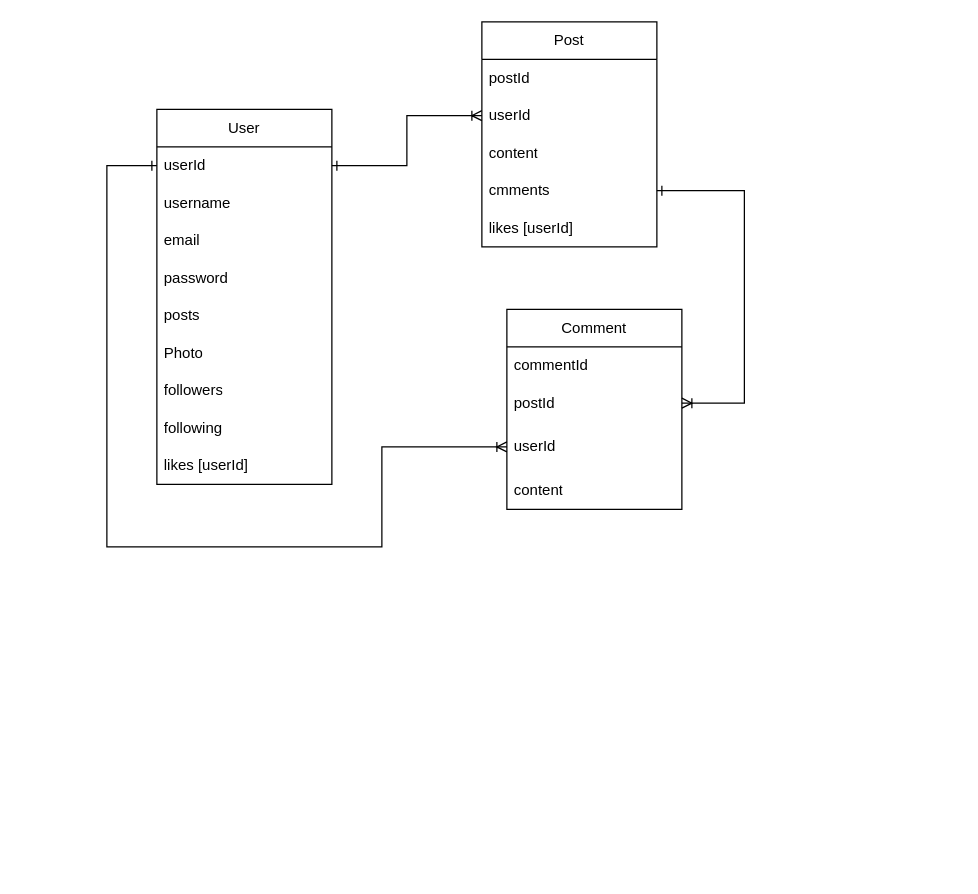
Above: nodesocial_db_design.drawio in SymonMuchemi/NodeSocial-API (draw.io), before the change. Source tidied: cells renumbered, new cells numbered last; positions are measured from the earlier drawing's top-left corner, leaving out a move shared by most shapes. Both pictures are drawn from the tidied source at 125%, with x=0, y=0 at pixel (106, 21).
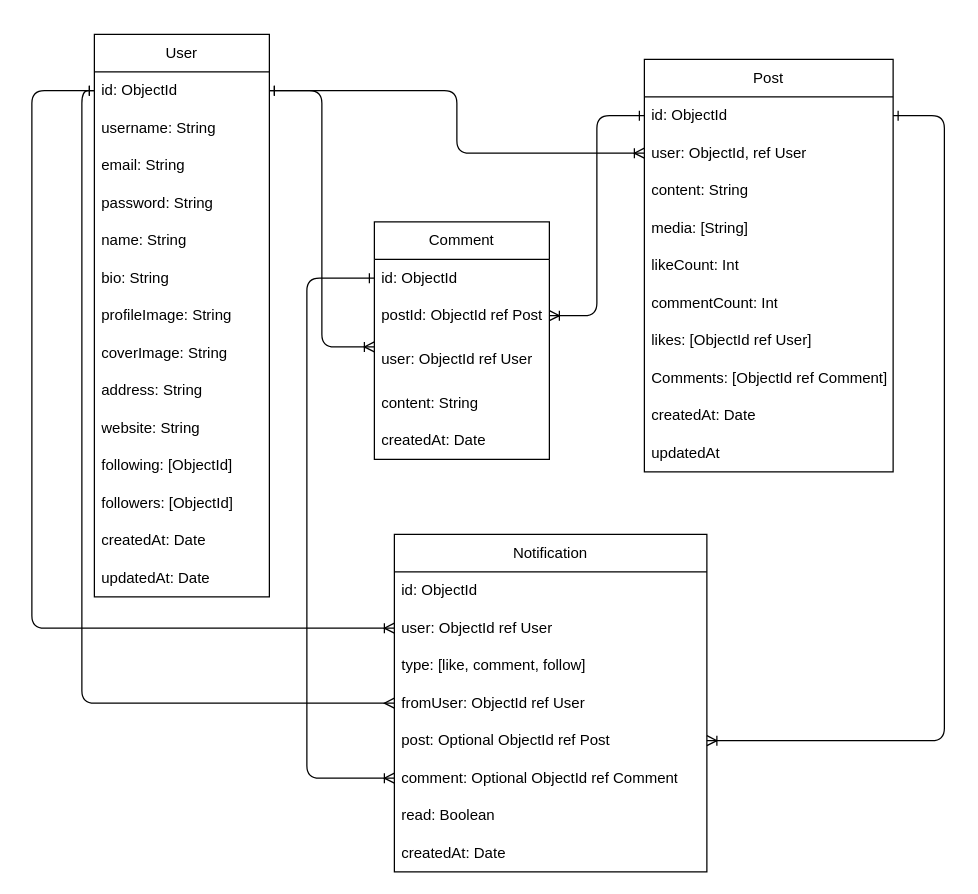
The same page after the edit.

Commit message (it also covers changes not shown here):
doc: update db design with improved User, Comment and Notifications tables.

Change to the diagram source:
```diff
@@
     <mxCell id="2" value="User" style="swimlane;fontStyle=0;horizontal=1;startSize=30;whiteSpace=wrap;html=1;" parent="1" vertex="1">
-      <mxGeometry x="40" y="70" width="140" height="300" as="geometry" />
+      <mxGeometry x="-10" y="10" width="140" height="450" as="geometry" />
     </mxCell>
-    <mxCell id="3" value="userId" style="text;strokeColor=none;fillColor=none;align=left;verticalAlign=middle;spacingLeft=4;spacingRight=4;overflow=hidden;points=[[0,0.5],[1,0.5]];portConstraint=eastwest;whiteSpace=wrap;html=1;" parent="2" vertex="1">
+    <mxCell id="3" value="id: ObjectId" style="text;strokeColor=none;fillColor=none;align=left;verticalAlign=middle;spacingLeft=4;spacingRight=4;overflow=hidden;points=[[0,0.5],[1,0.5]];portConstraint=eastwest;whiteSpace=wrap;html=1;" parent="2" vertex="1">
       <mxGeometry y="30" width="140" height="30" as="geometry" />
     </mxCell>
-    <mxCell id="4" value="username" style="text;strokeColor=none;fillColor=none;align=left;verticalAlign=middle;spacingLeft=4;spacingRight=4;overflow=hidden;whiteSpace=wrap;html=1;" parent="2" vertex="1">
+    <mxCell id="4" value="username: String" style="text;strokeColor=none;fillColor=none;align=left;verticalAlign=middle;spacingLeft=4;spacingRight=4;overflow=hidden;whiteSpace=wrap;html=1;" parent="2" vertex="1">
       <mxGeometry y="60" width="140" height="30" as="geometry" />
     </mxCell>
-    <mxCell id="5" value="email" style="text;strokeColor=none;fillColor=none;align=left;verticalAlign=middle;spacingLeft=4;spacingRight=4;overflow=hidden;whiteSpace=wrap;html=1;" parent="2" vertex="1">
+    <mxCell id="5" value="email: String" style="text;strokeColor=none;fillColor=none;align=left;verticalAlign=middle;spacingLeft=4;spacingRight=4;overflow=hidden;whiteSpace=wrap;html=1;" parent="2" vertex="1">
       <mxGeometry y="90" width="140" height="30" as="geometry" />
     </mxCell>
-    <mxCell id="6" value="password" style="text;strokeColor=none;fillColor=none;align=left;verticalAlign=middle;spacingLeft=4;spacingRight=4;overflow=hidden;whiteSpace=wrap;html=1;" parent="2" vertex="1">
+    <mxCell id="6" value="password: String" style="text;strokeColor=none;fillColor=none;align=left;verticalAlign=middle;spacingLeft=4;spacingRight=4;overflow=hidden;whiteSpace=wrap;html=1;" parent="2" vertex="1">
       <mxGeometry y="120" width="140" height="30" as="geometry" />
     </mxCell>
-    <mxCell id="7" value="posts" style="text;strokeColor=none;fillColor=none;align=left;verticalAlign=middle;spacingLeft=4;spacingRight=4;overflow=hidden;whiteSpace=wrap;html=1;" parent="2" vertex="1">
+    <mxCell id="7" value="name: String" style="text;strokeColor=none;fillColor=none;align=left;verticalAlign=middle;spacingLeft=4;spacingRight=4;overflow=hidden;whiteSpace=wrap;html=1;" parent="2" vertex="1">
       <mxGeometry y="150" width="140" height="30" as="geometry" />
     </mxCell>
-    <mxCell id="8" value="Photo" style="text;strokeColor=none;fillColor=none;align=left;verticalAlign=middle;spacingLeft=4;spacingRight=4;overflow=hidden;whiteSpace=wrap;html=1;" parent="2" vertex="1">
+    <mxCell id="8" value="bio: String" style="text;strokeColor=none;fillColor=none;align=left;verticalAlign=middle;spacingLeft=4;spacingRight=4;overflow=hidden;whiteSpace=wrap;html=1;" parent="2" vertex="1">
       <mxGeometry y="180" width="140" height="30" as="geometry" />
     </mxCell>
-    <mxCell id="9" value="followers" style="text;strokeColor=none;fillColor=none;align=left;verticalAlign=middle;spacingLeft=4;spacingRight=4;overflow=hidden;whiteSpace=wrap;html=1;" parent="2" vertex="1">
+    <mxCell id="9" value="profileImage: String" style="text;strokeColor=none;fillColor=none;align=left;verticalAlign=middle;spacingLeft=4;spacingRight=4;overflow=hidden;whiteSpace=wrap;html=1;" parent="2" vertex="1">
       <mxGeometry y="210" width="140" height="30" as="geometry" />
     </mxCell>
-    <mxCell id="10" value="following" style="text;strokeColor=none;fillColor=none;align=left;verticalAlign=middle;spacingLeft=4;spacingRight=4;overflow=hidden;whiteSpace=wrap;html=1;" parent="2" vertex="1">
+    <mxCell id="10" value="coverImage: String" style="text;strokeColor=none;fillColor=none;align=left;verticalAlign=middle;spacingLeft=4;spacingRight=4;overflow=hidden;whiteSpace=wrap;html=1;" parent="2" vertex="1">
       <mxGeometry y="240" width="140" height="30" as="geometry" />
     </mxCell>
-    <mxCell id="11" value="likes [userId]" style="text;strokeColor=none;fillColor=none;align=left;verticalAlign=middle;spacingLeft=4;spacingRight=4;overflow=hidden;whiteSpace=wrap;html=1;" parent="2" vertex="1">
+    <mxCell id="11" value="address: String" style="text;strokeColor=none;fillColor=none;align=left;verticalAlign=middle;spacingLeft=4;spacingRight=4;overflow=hidden;whiteSpace=wrap;html=1;" parent="2" vertex="1">
       <mxGeometry y="270" width="140" height="30" as="geometry" />
     </mxCell>
+    <mxCell id="26" value="website: String" style="text;strokeColor=none;fillColor=none;align=left;verticalAlign=middle;spacingLeft=4;spacingRight=4;overflow=hidden;whiteSpace=wrap;html=1;" parent="2" vertex="1">
+      <mxGeometry y="300" width="140" height="30" as="geometry" />
+    </mxCell>
+    <mxCell id="27" value="following: [ObjectId]" style="text;strokeColor=none;fillColor=none;align=left;verticalAlign=middle;spacingLeft=4;spacingRight=4;overflow=hidden;whiteSpace=wrap;html=1;" parent="2" vertex="1">
+      <mxGeometry y="330" width="140" height="30" as="geometry" />
+    </mxCell>
+    <mxCell id="28" value="followers: [ObjectId]" style="text;strokeColor=none;fillColor=none;align=left;verticalAlign=middle;spacingLeft=4;spacingRight=4;overflow=hidden;whiteSpace=wrap;html=1;" parent="2" vertex="1">
+      <mxGeometry y="360" width="140" height="30" as="geometry" />
+    </mxCell>
+    <mxCell id="29" value="createdAt: Date" style="text;strokeColor=none;fillColor=none;align=left;verticalAlign=middle;spacingLeft=4;spacingRight=4;overflow=hidden;whiteSpace=wrap;html=1;" parent="2" vertex="1">
+      <mxGeometry y="390" width="140" height="30" as="geometry" />
+    </mxCell>
+    <mxCell id="30" value="updatedAt: Date" style="text;strokeColor=none;fillColor=none;align=left;verticalAlign=middle;spacingLeft=4;spacingRight=4;overflow=hidden;whiteSpace=wrap;html=1;" parent="2" vertex="1">
+      <mxGeometry y="420" width="140" height="30" as="geometry" />
+    </mxCell>
     <mxCell id="12" value="Post" style="swimlane;fontStyle=0;horizontal=1;startSize=30;whiteSpace=wrap;html=1;" parent="1" vertex="1">
-      <mxGeometry x="300" width="140" height="180" as="geometry" />
+      <mxGeometry x="430" y="30" width="199" height="330" as="geometry" />
     </mxCell>
-    <mxCell id="13" value="postId" style="text;strokeColor=none;fillColor=none;align=left;verticalAlign=middle;spacingLeft=4;spacingRight=4;overflow=hidden;points=[[0,0.5],[1,0.5]];portConstraint=eastwest;whiteSpace=wrap;html=1;" parent="12" vertex="1">
-      <mxGeometry y="30" width="140" height="30" as="geometry" />
+    <mxCell id="13" value="id: ObjectId" style="text;strokeColor=none;fillColor=none;align=left;verticalAlign=middle;spacingLeft=4;spacingRight=4;overflow=hidden;points=[[0,0.5],[1,0.5]];portConstraint=eastwest;whiteSpace=wrap;html=1;" parent="12" vertex="1">
+      <mxGeometry y="30" width="199" height="30" as="geometry" />
     </mxCell>
-    <mxCell id="14" value="userId" style="text;strokeColor=none;fillColor=none;align=left;verticalAlign=middle;spacingLeft=4;spacingRight=4;overflow=hidden;points=[[0,0.5],[1,0.5]];portConstraint=eastwest;whiteSpace=wrap;html=1;" parent="12" vertex="1">
-      <mxGeometry y="60" width="140" height="30" as="geometry" />
+    <mxCell id="14" value="user: ObjectId, ref User" style="text;strokeColor=none;fillColor=none;align=left;verticalAlign=middle;spacingLeft=4;spacingRight=4;overflow=hidden;points=[[0,0.5],[1,0.5]];portConstraint=eastwest;whiteSpace=wrap;html=1;" parent="12" vertex="1">
+      <mxGeometry y="60" width="199" height="30" as="geometry" />
     </mxCell>
-    <mxCell id="15" value="content" style="text;strokeColor=none;fillColor=none;align=left;verticalAlign=middle;spacingLeft=4;spacingRight=4;overflow=hidden;whiteSpace=wrap;html=1;" parent="12" vertex="1">
-      <mxGeometry y="90" width="140" height="30" as="geometry" />
+    <mxCell id="15" value="content: String" style="text;strokeColor=none;fillColor=none;align=left;verticalAlign=middle;spacingLeft=4;spacingRight=4;overflow=hidden;whiteSpace=wrap;html=1;" parent="12" vertex="1">
+      <mxGeometry y="90" width="199" height="30" as="geometry" />
     </mxCell>
-    <mxCell id="16" value="cmments" style="text;strokeColor=none;fillColor=none;align=left;verticalAlign=middle;spacingLeft=4;spacingRight=4;overflow=hidden;points=[[0,0.5],[1,0.5]];portConstraint=eastwest;whiteSpace=wrap;html=1;" parent="12" vertex="1">
-      <mxGeometry y="120" width="140" height="30" as="geometry" />
-    </mxCell>
-    <mxCell id="17" value="likes [userId]" style="text;strokeColor=none;fillColor=none;align=left;verticalAlign=middle;spacingLeft=4;spacingRight=4;overflow=hidden;whiteSpace=wrap;html=1;" parent="12" vertex="1">
-      <mxGeometry y="150" width="140" height="30" as="geometry" />
-    </mxCell>
+    <mxCell id="31" value="media: [String]" style="text;strokeColor=none;fillColor=none;align=left;verticalAlign=middle;spacingLeft=4;spacingRight=4;overflow=hidden;whiteSpace=wrap;html=1;" parent="12" vertex="1">
+      <mxGeometry y="120" width="199" height="30" as="geometry" />
+    </mxCell>
+    <mxCell id="32" value="likeCount: Int" style="text;strokeColor=none;fillColor=none;align=left;verticalAlign=middle;spacingLeft=4;spacingRight=4;overflow=hidden;whiteSpace=wrap;html=1;" parent="12" vertex="1">
+      <mxGeometry y="150" width="199" height="30" as="geometry" />
+    </mxCell>
+    <mxCell id="33" value="commentCount: Int" style="text;strokeColor=none;fillColor=none;align=left;verticalAlign=middle;spacingLeft=4;spacingRight=4;overflow=hidden;whiteSpace=wrap;html=1;" parent="12" vertex="1">
+      <mxGeometry y="180" width="199" height="30" as="geometry" />
+    </mxCell>
+    <mxCell id="34" value="likes: [ObjectId ref User]" style="text;strokeColor=none;fillColor=none;align=left;verticalAlign=middle;spacingLeft=4;spacingRight=4;overflow=hidden;whiteSpace=wrap;html=1;" parent="12" vertex="1">
+      <mxGeometry y="210" width="199" height="30" as="geometry" />
+    </mxCell>
+    <mxCell id="35" value="Comments: [ObjectId ref Comment]" style="text;strokeColor=none;fillColor=none;align=left;verticalAlign=middle;spacingLeft=4;spacingRight=4;overflow=hidden;whiteSpace=wrap;html=1;" parent="12" vertex="1">
+      <mxGeometry y="240" width="199" height="30" as="geometry" />
+    </mxCell>
+    <mxCell id="36" value="createdAt: Date" style="text;strokeColor=none;fillColor=none;align=left;verticalAlign=middle;spacingLeft=4;spacingRight=4;overflow=hidden;whiteSpace=wrap;html=1;" parent="12" vertex="1">
+      <mxGeometry y="270" width="199" height="30" as="geometry" />
+    </mxCell>
+    <mxCell id="37" value="updatedAt" style="text;strokeColor=none;fillColor=none;align=left;verticalAlign=middle;spacingLeft=4;spacingRight=4;overflow=hidden;whiteSpace=wrap;html=1;" parent="12" vertex="1">
+      <mxGeometry y="300" width="199" height="30" as="geometry" />
+    </mxCell>
     <mxCell id="18" value="Comment" style="swimlane;fontStyle=0;horizontal=1;startSize=30;whiteSpace=wrap;html=1;" parent="1" vertex="1">
-      <mxGeometry x="320" y="230" width="140" height="160" as="geometry" />
+      <mxGeometry x="214" y="160" width="140" height="190" as="geometry" />
     </mxCell>
-    <mxCell id="19" value="commentId" style="text;strokeColor=none;fillColor=none;align=left;verticalAlign=middle;spacingLeft=4;spacingRight=4;overflow=hidden;points=[[0,0.5],[1,0.5]];portConstraint=eastwest;whiteSpace=wrap;html=1;" parent="18" vertex="1">
+    <mxCell id="19" value="id: ObjectId" style="text;strokeColor=none;fillColor=none;align=left;verticalAlign=middle;spacingLeft=4;spacingRight=4;overflow=hidden;points=[[0,0.5],[1,0.5]];portConstraint=eastwest;whiteSpace=wrap;html=1;" parent="18" vertex="1">
       <mxGeometry y="30" width="140" height="30" as="geometry" />
     </mxCell>
-    <mxCell id="20" value="postId" style="text;strokeColor=none;fillColor=none;align=left;verticalAlign=middle;spacingLeft=4;spacingRight=4;overflow=hidden;points=[[0,0.5],[1,0.5]];portConstraint=eastwest;whiteSpace=wrap;html=1;" parent="18" vertex="1">
+    <mxCell id="20" value="postId: ObjectId ref Post" style="text;strokeColor=none;fillColor=none;align=left;verticalAlign=middle;spacingLeft=4;spacingRight=4;overflow=hidden;points=[[0,0.5],[1,0.5]];portConstraint=eastwest;whiteSpace=wrap;html=1;" parent="18" vertex="1">
       <mxGeometry y="60" width="140" height="30" as="geometry" />
     </mxCell>
-    <mxCell id="21" value="userId" style="text;strokeColor=none;fillColor=none;align=left;verticalAlign=middle;spacingLeft=4;spacingRight=4;overflow=hidden;points=[[0,0.5],[1,0.5]];portConstraint=eastwest;whiteSpace=wrap;html=1;" parent="18" vertex="1">
+    <mxCell id="21" value="user: ObjectId ref User" style="text;strokeColor=none;fillColor=none;align=left;verticalAlign=middle;spacingLeft=4;spacingRight=4;overflow=hidden;points=[[0,0.5],[1,0.5]];portConstraint=eastwest;whiteSpace=wrap;html=1;" parent="18" vertex="1">
       <mxGeometry y="90" width="140" height="40" as="geometry" />
     </mxCell>
-    <mxCell id="22" value="content" style="text;strokeColor=none;fillColor=none;align=left;verticalAlign=middle;spacingLeft=4;spacingRight=4;overflow=hidden;whiteSpace=wrap;html=1;" parent="18" vertex="1">
+    <mxCell id="22" value="content: String" style="text;strokeColor=none;fillColor=none;align=left;verticalAlign=middle;spacingLeft=4;spacingRight=4;overflow=hidden;whiteSpace=wrap;html=1;" parent="18" vertex="1">
       <mxGeometry y="130" width="140" height="30" as="geometry" />
     </mxCell>
+    <mxCell id="38" value="createdAt: Date" style="text;strokeColor=none;fillColor=none;align=left;verticalAlign=middle;spacingLeft=4;spacingRight=4;overflow=hidden;whiteSpace=wrap;html=1;" parent="18" vertex="1">
+      <mxGeometry y="160" width="140" height="30" as="geometry" />
+    </mxCell>
-    <mxCell id="23" style="edgeStyle=orthogonalEdgeStyle;rounded=0;jettySize=auto;html=1;endArrow=ERoneToMany;endFill=0;startArrow=ERone;startFill=0;" parent="1" edge="1" source="3" target="14">
+    <mxCell id="23" style="rounded=1;jettySize=auto;html=1;endArrow=ERoneToMany;endFill=0;startArrow=ERone;startFill=0;edgeStyle=orthogonalEdgeStyle;curved=0;" parent="1" edge="1" source="3" target="14">
       <mxGeometry relative="1" as="geometry" />
     </mxCell>
-    <mxCell id="24" style="edgeStyle=orthogonalEdgeStyle;rounded=0;jettySize=auto;html=1;endArrow=ERoneToMany;endFill=0;startArrow=ERone;startFill=0;" parent="1" edge="1" source="16" target="20">
-      <mxGeometry relative="1" as="geometry">
-        <Array as="points">
-          <mxPoint x="510" y="135" />
-          <mxPoint x="510" y="305" />
-        </Array>
-      </mxGeometry>
-    </mxCell>
-    <mxCell id="25" style="edgeStyle=orthogonalEdgeStyle;rounded=0;jettySize=auto;html=1;endArrow=ERoneToMany;endFill=0;startArrow=ERone;startFill=0;entryX=0;entryY=0.5;entryDx=0;entryDy=0;" parent="1" edge="1" source="3" target="21">
-      <mxGeometry relative="1" as="geometry">
-        <Array as="points">
-          <mxPoint y="115" />
-          <mxPoint y="420" />
-          <mxPoint x="220" y="420" />
-          <mxPoint x="220" y="340" />
-        </Array>
-      </mxGeometry>
-    </mxCell>
+    <mxCell id="39" style="edgeStyle=orthogonalEdgeStyle;html=1;entryX=1;entryY=0.5;entryDx=0;entryDy=0;exitX=0;exitY=0.25;exitDx=0;exitDy=0;exitPerimeter=0;startArrow=ERoneToMany;startFill=0;endArrow=ERone;endFill=0;" parent="1" edge="1" source="21" target="3">
+      <mxGeometry relative="1" as="geometry" />
+    </mxCell>
+    <mxCell id="40" style="edgeStyle=orthogonalEdgeStyle;html=1;entryX=0;entryY=0.5;entryDx=0;entryDy=0;exitX=1;exitY=0.5;exitDx=0;exitDy=0;startArrow=ERoneToMany;startFill=0;endArrow=ERone;endFill=0;" parent="1" edge="1" source="20" target="13">
+      <mxGeometry relative="1" as="geometry" />
+    </mxCell>
+    <mxCell id="41" value="Notification" style="swimlane;fontStyle=0;horizontal=1;startSize=30;whiteSpace=wrap;html=1;" parent="1" vertex="1">
+      <mxGeometry x="230" y="410" width="250" height="270" as="geometry" />
+    </mxCell>
+    <mxCell id="42" value="id: ObjectId" style="text;strokeColor=none;fillColor=none;align=left;verticalAlign=middle;spacingLeft=4;spacingRight=4;overflow=hidden;whiteSpace=wrap;html=1;" parent="41" vertex="1">
+      <mxGeometry y="30" width="250" height="30" as="geometry" />
+    </mxCell>
+    <mxCell id="43" value="user: ObjectId ref User" style="text;strokeColor=none;fillColor=none;align=left;verticalAlign=middle;spacingLeft=4;spacingRight=4;overflow=hidden;points=[[0,0.5],[1,0.5]];portConstraint=eastwest;whiteSpace=wrap;html=1;" parent="41" vertex="1">
+      <mxGeometry y="60" width="250" height="30" as="geometry" />
+    </mxCell>
+    <mxCell id="44" value="type: [like, comment, follow]" style="text;strokeColor=none;fillColor=none;align=left;verticalAlign=middle;spacingLeft=4;spacingRight=4;overflow=hidden;whiteSpace=wrap;html=1;" parent="41" vertex="1">
+      <mxGeometry y="90" width="250" height="30" as="geometry" />
+    </mxCell>
+    <mxCell id="45" value="fromUser: ObjectId ref User" style="text;strokeColor=none;fillColor=none;align=left;verticalAlign=middle;spacingLeft=4;spacingRight=4;overflow=hidden;points=[[0,0.5],[1,0.5]];portConstraint=eastwest;whiteSpace=wrap;html=1;" parent="41" vertex="1">
+      <mxGeometry y="120" width="250" height="30" as="geometry" />
+    </mxCell>
+    <mxCell id="46" value="post: Optional ObjectId ref Post" style="text;strokeColor=none;fillColor=none;align=left;verticalAlign=middle;spacingLeft=4;spacingRight=4;overflow=hidden;points=[[0,0.5],[1,0.5]];portConstraint=eastwest;whiteSpace=wrap;html=1;" parent="41" vertex="1">
+      <mxGeometry y="150" width="250" height="30" as="geometry" />
+    </mxCell>
+    <mxCell id="47" value="comment: Optional ObjectId ref Comment" style="text;strokeColor=none;fillColor=none;align=left;verticalAlign=middle;spacingLeft=4;spacingRight=4;overflow=hidden;points=[[0,0.5],[1,0.5]];portConstraint=eastwest;whiteSpace=wrap;html=1;" parent="41" vertex="1">
+      <mxGeometry y="180" width="250" height="30" as="geometry" />
+    </mxCell>
+    <mxCell id="48" value="read: Boolean" style="text;strokeColor=none;fillColor=none;align=left;verticalAlign=middle;spacingLeft=4;spacingRight=4;overflow=hidden;whiteSpace=wrap;html=1;" parent="41" vertex="1">
+      <mxGeometry y="210" width="250" height="30" as="geometry" />
+    </mxCell>
+    <mxCell id="49" value="createdAt: Date" style="text;strokeColor=none;fillColor=none;align=left;verticalAlign=middle;spacingLeft=4;spacingRight=4;overflow=hidden;whiteSpace=wrap;html=1;" parent="41" vertex="1">
+      <mxGeometry y="240" width="250" height="30" as="geometry" />
+    </mxCell>
+    <mxCell id="50" style="edgeStyle=orthogonalEdgeStyle;html=1;entryX=0;entryY=0.5;entryDx=0;entryDy=0;exitX=0;exitY=0.5;exitDx=0;exitDy=0;startArrow=ERoneToMany;startFill=0;endArrow=ERone;endFill=0;" parent="1" edge="1" source="43" target="3">
+      <mxGeometry relative="1" as="geometry">
+        <Array as="points">
+          <mxPoint x="-60" y="485" />
+          <mxPoint x="-60" y="55" />
+        </Array>
+      </mxGeometry>
+    </mxCell>
+    <mxCell id="51" style="edgeStyle=orthogonalEdgeStyle;html=1;entryX=0;entryY=0.5;entryDx=0;entryDy=0;startArrow=ERmany;startFill=0;exitX=0;exitY=0.5;exitDx=0;exitDy=0;endArrow=ERone;endFill=0;" parent="1" edge="1" source="45" target="3">
+      <mxGeometry relative="1" as="geometry" />
+    </mxCell>
+    <mxCell id="52" style="edgeStyle=orthogonalEdgeStyle;html=1;entryX=1;entryY=0.5;entryDx=0;entryDy=0;startArrow=ERoneToMany;startFill=0;endArrow=ERone;endFill=0;" parent="1" edge="1" source="46" target="13">
+      <mxGeometry relative="1" as="geometry">
+        <Array as="points">
+          <mxPoint x="670" y="575" />
+          <mxPoint x="670" y="75" />
+        </Array>
+      </mxGeometry>
+    </mxCell>
+    <mxCell id="53" style="edgeStyle=orthogonalEdgeStyle;html=1;entryX=0;entryY=0.5;entryDx=0;entryDy=0;startArrow=ERoneToMany;startFill=0;endArrow=ERone;endFill=0;" parent="1" edge="1" source="47" target="19">
+      <mxGeometry relative="1" as="geometry">
+        <Array as="points">
+          <mxPoint x="160" y="605" />
+          <mxPoint x="160" y="205" />
+        </Array>
+      </mxGeometry>
+    </mxCell>
```
